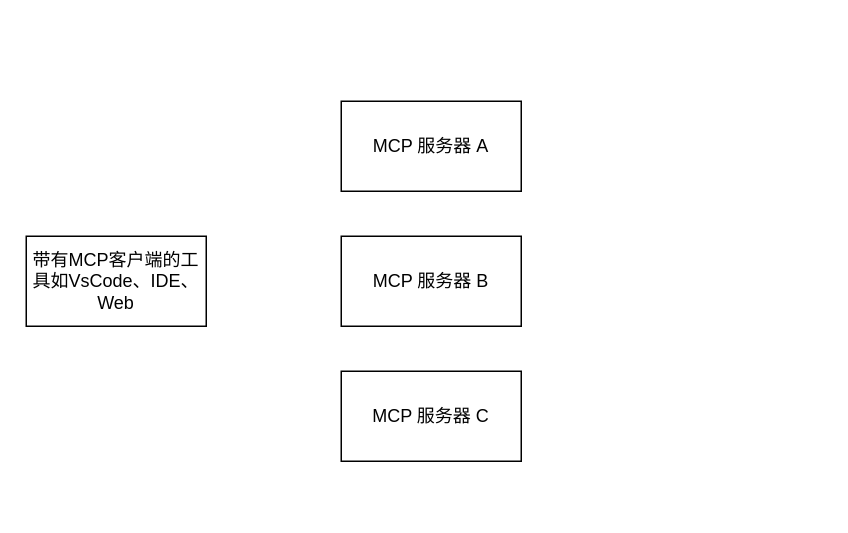
Before: 未命名绘图.drawio in fydgmy/jubilant-potato, a draw.io diagram. Source tidied: cells renumbered, new cells numbered last; positions are measured from the earlier drawing's top-left corner, leaving out a move shared by most shapes. Both pictures are drawn from the tidied source at 150%, with x=0, y=0 at pixel (26, 100).
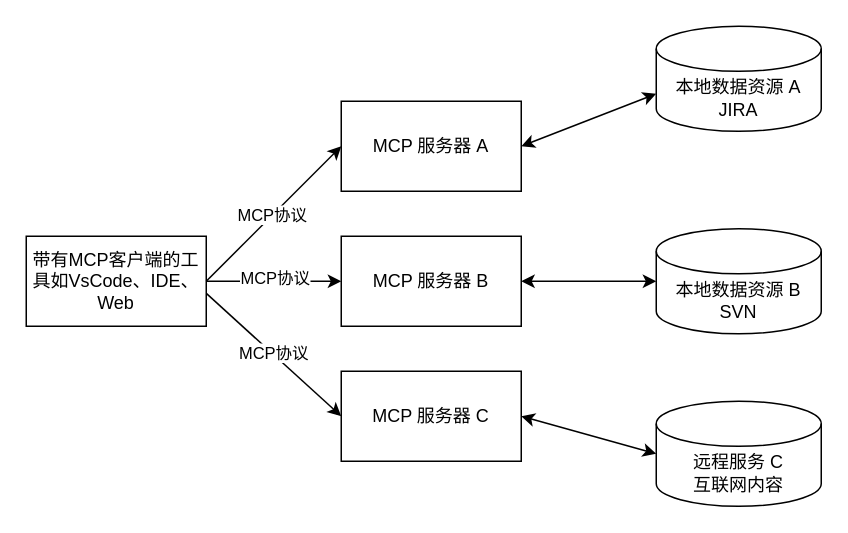
After the change.

Commit message (it also covers changes not shown here):
更新未命名绘图.drawio

Diff of the diagram source:
```diff
@@
 <mxGraphModel>
   <root>
     <mxCell id="0" />
     <mxCell id="1" parent="0" />
+    <mxCell id="6" style="edgeStyle=orthogonalEdgeStyle;rounded=0;jettySize=auto;html=1;exitX=1;exitY=0.5;exitDx=0;exitDy=0;entryX=0;entryY=0.5;entryDx=0;entryDy=0;" parent="1" edge="1" source="2" target="4">
+      <mxGeometry relative="1" as="geometry" />
+    </mxCell>
+    <mxCell id="7" value="MCP协议" style="edgeLabel;html=1;align=center;verticalAlign=middle;" parent="6" vertex="1">
+      <mxGeometry x="-0.01" y="3" relative="1" as="geometry" />
+    </mxCell>
     <mxCell id="2" value="带有MCP客户端的工具如VsCode、IDE、Web" style="rounded=0;whiteSpace=wrap;html=1;" parent="1" vertex="1">
       <mxGeometry y="90" width="120" height="60" as="geometry" />
     </mxCell>
     <mxCell id="3" value="MCP 服务器 A" style="rounded=0;whiteSpace=wrap;html=1;" parent="1" vertex="1">
       <mxGeometry x="210" width="120" height="60" as="geometry" />
     </mxCell>
     <mxCell id="4" value="MCP 服务器 B" style="rounded=0;whiteSpace=wrap;html=1;" parent="1" vertex="1">
       <mxGeometry x="210" y="90" width="120" height="60" as="geometry" />
     </mxCell>
     <mxCell id="5" value="MCP 服务器 C" style="rounded=0;whiteSpace=wrap;html=1;" parent="1" vertex="1">
       <mxGeometry x="210" y="180" width="120" height="60" as="geometry" />
     </mxCell>
+    <mxCell id="8" value="本地数据资源 A&lt;div&gt;JIRA&lt;/div&gt;" style="shape=cylinder3;whiteSpace=wrap;html=1;boundedLbl=1;backgroundOutline=1;size=15;" parent="1" vertex="1">
+      <mxGeometry x="420" y="-50" width="110" height="70" as="geometry" />
+    </mxCell>
+    <mxCell id="9" value="本地数据资源 B&lt;div&gt;SVN&lt;/div&gt;" style="shape=cylinder3;whiteSpace=wrap;html=1;boundedLbl=1;backgroundOutline=1;size=15;" parent="1" vertex="1">
+      <mxGeometry x="420" y="85" width="110" height="70" as="geometry" />
+    </mxCell>
+    <mxCell id="10" value="远程服务 C&lt;div&gt;互联网内容&lt;/div&gt;" style="shape=cylinder3;whiteSpace=wrap;html=1;boundedLbl=1;backgroundOutline=1;size=15;" parent="1" vertex="1">
+      <mxGeometry x="420" y="200" width="110" height="70" as="geometry" />
+    </mxCell>
+    <mxCell id="11" style="endArrow=classic;html=1;rounded=0;exitX=1;exitY=0.5;exitDx=0;exitDy=0;entryX=0;entryY=0.5;entryDx=0;entryDy=0;" parent="1" edge="1" source="2" target="3">
+      <mxGeometry relative="1" as="geometry" />
+    </mxCell>
+    <mxCell id="12" value="MCP协议" style="edgeLabel;html=1;align=center;verticalAlign=middle;" parent="11" vertex="1">
+      <mxGeometry x="-0.02" y="1" relative="1" as="geometry" />
+    </mxCell>
+    <mxCell id="13" style="endArrow=classic;html=1;rounded=0;exitX=1.002;exitY=0.638;exitDx=0;exitDy=0;exitPerimeter=0;entryX=0;entryY=0.5;entryDx=0;entryDy=0;" parent="1" edge="1" source="2" target="5">
+      <mxGeometry relative="1" as="geometry" />
+    </mxCell>
+    <mxCell id="14" value="MCP协议" style="edgeLabel;html=1;align=center;verticalAlign=middle;" parent="13" vertex="1">
+      <mxGeometry x="-0.03" y="1" relative="1" as="geometry" />
+    </mxCell>
+    <mxCell id="15" style="endArrow=classic;startArrow=classic;html=1;rounded=0;entryX=0;entryY=0;entryDx=0;entryDy=45;entryPerimeter=0;exitX=1;exitY=0.5;exitDx=0;exitDy=0;" parent="1" edge="1" source="3" target="8">
+      <mxGeometry relative="1" as="geometry" />
+    </mxCell>
+    <mxCell id="16" style="endArrow=classic;startArrow=classic;html=1;rounded=0;entryX=0;entryY=0.5;entryDx=0;entryDy=0;entryPerimeter=0;exitX=1;exitY=0.5;exitDx=0;exitDy=0;" parent="1" edge="1" source="4" target="9">
+      <mxGeometry relative="1" as="geometry" />
+    </mxCell>
+    <mxCell id="17" style="endArrow=classic;startArrow=classic;html=1;rounded=0;entryX=0;entryY=0.5;entryDx=0;entryDy=0;entryPerimeter=0;exitX=1;exitY=0.5;exitDx=0;exitDy=0;" parent="1" edge="1" source="5" target="10">
+      <mxGeometry relative="1" as="geometry" />
+    </mxCell>
   </root>
 </mxGraphModel>
```
